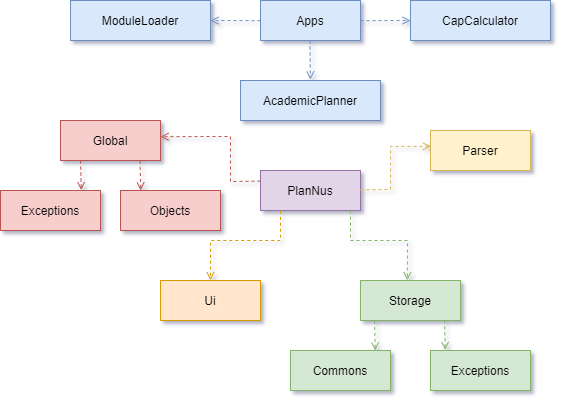
Above: docs/images/DeveloperGuide/Details_architecture.png in vanessa-kang/tp (draw.io), before the change. Source tidied: cells renumbered, new cells last; positions are measured from the earlier drawing's top-left corner, leaving out a move shared by most shapes. The source it was exported from:
```xml
<mxGraphModel shadow="1">
  <root>
    <mxCell id="0" />
    <mxCell id="1" parent="0" />
    <mxCell id="2" value="PlanNus" style="shape=umlLifeline;perimeter=lifelinePerimeter;rounded=0;shadow=0;strokeWidth=1;fillColor=#e1d5e7;strokeColor=#9673a6;" parent="1" vertex="1">
      <mxGeometry x="260" y="170" width="100" height="40" as="geometry" />
    </mxCell>
    <mxCell id="3" value="Ui" style="shape=umlLifeline;perimeter=lifelinePerimeter;rounded=0;shadow=0;strokeWidth=1;fillColor=#ffe6cc;strokeColor=#d79b00;" parent="1" vertex="1">
      <mxGeometry x="160" y="280" width="100" height="40" as="geometry" />
    </mxCell>
    <mxCell id="4" value="Global" style="shape=umlLifeline;perimeter=lifelinePerimeter;rounded=0;shadow=0;strokeWidth=1;fillColor=#f8cecc;strokeColor=#b85450;" parent="1" vertex="1">
      <mxGeometry x="60" y="120" width="100" height="40" as="geometry" />
    </mxCell>
    <mxCell id="5" value="Parser" style="shape=umlLifeline;perimeter=lifelinePerimeter;rounded=0;shadow=0;strokeWidth=1;fillColor=#fff2cc;strokeColor=#d6b656;" parent="1" vertex="1">
      <mxGeometry x="430" y="130" width="100" height="40" as="geometry" />
    </mxCell>
    <mxCell id="6" value="Storage" style="shape=umlLifeline;perimeter=lifelinePerimeter;rounded=0;shadow=0;strokeWidth=1;fillColor=#d5e8d4;strokeColor=#82b366;" parent="1" vertex="1">
      <mxGeometry x="360" y="280" width="100" height="40" as="geometry" />
    </mxCell>
    <mxCell id="7" style="endArrow=open;html=1;entryX=1;entryY=0.405;entryDx=0;entryDy=0;entryPerimeter=0;fillColor=#f8cecc;strokeColor=#b85450;dashed=1;endFill=0;rounded=0;exitX=0;exitY=0.265;exitDx=0;exitDy=0;exitPerimeter=0;" parent="1" edge="1" source="2" target="4">
      <mxGeometry relative="1" as="geometry">
        <Array as="points">
          <mxPoint x="230" y="181" />
          <mxPoint x="230" y="136" />
        </Array>
      </mxGeometry>
    </mxCell>
    <mxCell id="8" style="endArrow=open;html=1;exitX=0.2;exitY=1.005;exitDx=0;exitDy=0;exitPerimeter=0;entryX=0.5;entryY=-0.005;entryDx=0;entryDy=0;entryPerimeter=0;fillColor=#ffe6cc;strokeColor=#d79b00;dashed=1;endFill=0;rounded=0;" parent="1" edge="1" source="2" target="3">
      <mxGeometry relative="1" as="geometry">
        <Array as="points">
          <mxPoint x="280" y="240" />
          <mxPoint x="210" y="240" />
        </Array>
      </mxGeometry>
    </mxCell>
    <mxCell id="9" style="endArrow=open;html=1;entryX=0.004;entryY=0.395;entryDx=0;entryDy=0;entryPerimeter=0;fillColor=#fff2cc;strokeColor=#d6b656;dashed=1;endFill=0;rounded=0;exitX=1;exitY=0.485;exitDx=0;exitDy=0;exitPerimeter=0;" parent="1" edge="1" source="2" target="5">
      <mxGeometry relative="1" as="geometry">
        <Array as="points">
          <mxPoint x="390" y="189" />
          <mxPoint x="390" y="146" />
        </Array>
      </mxGeometry>
    </mxCell>
    <mxCell id="10" style="endArrow=open;html=1;entryX=0.468;entryY=-0.005;entryDx=0;entryDy=0;entryPerimeter=0;fillColor=#d5e8d4;strokeColor=#82b366;dashed=1;endFill=0;rounded=0;exitX=0.9;exitY=1;exitDx=0;exitDy=0;exitPerimeter=0;" parent="1" edge="1" source="2" target="6">
      <mxGeometry relative="1" as="geometry">
        <Array as="points">
          <mxPoint x="350" y="240" />
          <mxPoint x="407" y="240" />
        </Array>
      </mxGeometry>
    </mxCell>
    <mxCell id="11" value="Apps" style="shape=umlLifeline;perimeter=lifelinePerimeter;rounded=0;shadow=0;strokeWidth=1;fillColor=#dae8fc;strokeColor=#6c8ebf;" parent="1" vertex="1">
      <mxGeometry x="260" width="100" height="40" as="geometry" />
    </mxCell>
    <mxCell id="12" style="endArrow=open;html=1;dashed=1;exitX=1;exitY=0.505;exitDx=0;exitDy=0;exitPerimeter=0;endFill=0;fillColor=#dae8fc;strokeColor=#6c8ebf;" parent="1" edge="1" source="11">
      <mxGeometry relative="1" as="geometry">
        <mxPoint x="410" y="20" as="targetPoint" />
      </mxGeometry>
    </mxCell>
    <mxCell id="13" style="endArrow=open;html=1;dashed=1;exitX=0;exitY=0.505;exitDx=0;exitDy=0;exitPerimeter=0;endFill=0;fillColor=#dae8fc;strokeColor=#6c8ebf;" parent="1" edge="1" source="11">
      <mxGeometry relative="1" as="geometry">
        <mxPoint x="210" y="20" as="targetPoint" />
      </mxGeometry>
    </mxCell>
    <mxCell id="14" style="endArrow=open;html=1;dashed=1;exitX=0.896;exitY=1.025;exitDx=0;exitDy=0;exitPerimeter=0;endFill=0;fillColor=#dae8fc;strokeColor=#6c8ebf;" parent="1" edge="1">
      <mxGeometry relative="1" as="geometry">
        <mxPoint x="309.5" y="40" as="sourcePoint" />
        <mxPoint x="309.9" y="79" as="targetPoint" />
      </mxGeometry>
    </mxCell>
    <mxCell id="15" value="AcademicPlanner" style="shape=umlLifeline;perimeter=lifelinePerimeter;rounded=0;shadow=0;strokeWidth=1;fillColor=#dae8fc;strokeColor=#6c8ebf;" parent="1" vertex="1">
      <mxGeometry x="240" y="80" width="140" height="40" as="geometry" />
    </mxCell>
    <mxCell id="16" value="CapCalculator" style="shape=umlLifeline;perimeter=lifelinePerimeter;rounded=0;shadow=0;strokeWidth=1;fillColor=#dae8fc;strokeColor=#6c8ebf;" parent="1" vertex="1">
      <mxGeometry x="410" width="140" height="40" as="geometry" />
    </mxCell>
    <mxCell id="17" value="ModuleLoader" style="shape=umlLifeline;perimeter=lifelinePerimeter;rounded=0;shadow=0;strokeWidth=1;fillColor=#dae8fc;strokeColor=#6c8ebf;" parent="1" vertex="1">
      <mxGeometry x="70" width="140" height="40" as="geometry" />
    </mxCell>
    <mxCell id="18" value="Commons" style="shape=umlLifeline;perimeter=lifelinePerimeter;rounded=0;shadow=0;strokeWidth=1;fillColor=#d5e8d4;strokeColor=#82b366;" parent="1" vertex="1">
      <mxGeometry x="290" y="350" width="100" height="40" as="geometry" />
    </mxCell>
    <mxCell id="19" value="Exceptions" style="shape=umlLifeline;perimeter=lifelinePerimeter;rounded=0;shadow=0;strokeWidth=1;fillColor=#d5e8d4;strokeColor=#82b366;" parent="1" vertex="1">
      <mxGeometry x="430" y="350" width="100" height="40" as="geometry" />
    </mxCell>
    <mxCell id="20" style="endArrow=open;html=1;dashed=1;exitX=0.84;exitY=0.995;exitDx=0;exitDy=0;exitPerimeter=0;entryX=0.148;entryY=-0.015;entryDx=0;entryDy=0;entryPerimeter=0;fillColor=#d5e8d4;strokeColor=#82b366;endFill=0;" parent="1" edge="1" source="6" target="19">
      <mxGeometry relative="1" as="geometry" />
    </mxCell>
    <mxCell id="21" style="endArrow=open;html=1;dashed=1;exitX=0.84;exitY=0.995;exitDx=0;exitDy=0;exitPerimeter=0;entryX=0.148;entryY=-0.015;entryDx=0;entryDy=0;entryPerimeter=0;fillColor=#d5e8d4;strokeColor=#82b366;endFill=0;" parent="1" edge="1">
      <mxGeometry relative="1" as="geometry">
        <mxPoint x="374" y="320.4" as="sourcePoint" />
        <mxPoint x="374.8" y="350" as="targetPoint" />
      </mxGeometry>
    </mxCell>
    <mxCell id="22" value="Exceptions" style="shape=umlLifeline;perimeter=lifelinePerimeter;rounded=0;shadow=0;strokeWidth=1;fillColor=#f8cecc;strokeColor=#b85450;" parent="1" vertex="1">
      <mxGeometry y="190" width="100" height="40" as="geometry" />
    </mxCell>
    <mxCell id="23" value="Objects" style="shape=umlLifeline;perimeter=lifelinePerimeter;rounded=0;shadow=0;strokeWidth=1;fillColor=#f8cecc;strokeColor=#b85450;" parent="1" vertex="1">
      <mxGeometry x="120" y="190" width="100" height="40" as="geometry" />
    </mxCell>
    <mxCell id="24" style="endArrow=open;html=1;dashed=1;exitX=0.84;exitY=0.995;exitDx=0;exitDy=0;exitPerimeter=0;entryX=0.148;entryY=-0.015;entryDx=0;entryDy=0;entryPerimeter=0;fillColor=#f8cecc;strokeColor=#b85450;endFill=0;" parent="1" edge="1">
      <mxGeometry relative="1" as="geometry">
        <mxPoint x="80" y="160" as="sourcePoint" />
        <mxPoint x="80.8" y="189.6" as="targetPoint" />
      </mxGeometry>
    </mxCell>
    <mxCell id="25" style="endArrow=open;html=1;dashed=1;exitX=0.84;exitY=0.995;exitDx=0;exitDy=0;exitPerimeter=0;entryX=0.148;entryY=-0.015;entryDx=0;entryDy=0;entryPerimeter=0;fillColor=#f8cecc;strokeColor=#b85450;endFill=0;" parent="1" edge="1">
      <mxGeometry relative="1" as="geometry">
        <mxPoint x="139.5" y="160.4" as="sourcePoint" />
        <mxPoint x="140.3" y="190" as="targetPoint" />
      </mxGeometry>
    </mxCell>
  </root>
</mxGraphModel>
```
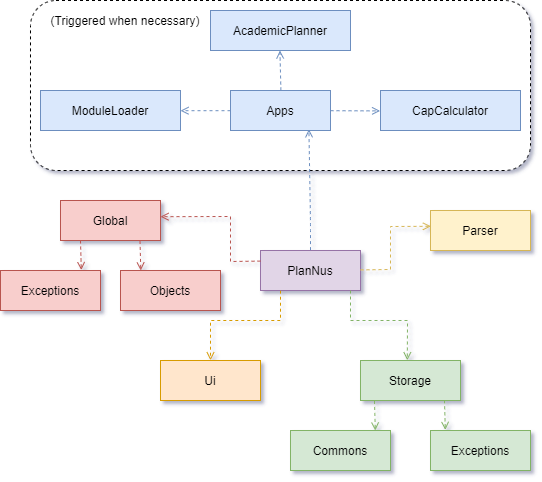
After the change.

The edit, as a diff of the source:
```diff
@@ -2,6 +2,9 @@
   <root>
     <mxCell id="0" />
     <mxCell id="1" parent="0" />
+    <mxCell id="26" style="rounded=1;whiteSpace=wrap;html=1;dashed=1;" parent="1" vertex="1">
+      <mxGeometry x="30" y="-80" width="500" height="170" as="geometry" />
+    </mxCell>
     <mxCell id="2" value="PlanNus" style="shape=umlLifeline;perimeter=lifelinePerimeter;rounded=0;shadow=0;strokeWidth=1;fillColor=#e1d5e7;strokeColor=#9673a6;" parent="1" vertex="1">
       <mxGeometry x="260" y="170" width="100" height="40" as="geometry" />
     </mxCell>
@@ -49,33 +52,20 @@
         </Array>
       </mxGeometry>
     </mxCell>
-    <mxCell id="11" value="Apps" style="shape=umlLifeline;perimeter=lifelinePerimeter;rounded=0;shadow=0;strokeWidth=1;fillColor=#dae8fc;strokeColor=#6c8ebf;" parent="1" vertex="1">
-      <mxGeometry x="260" width="100" height="40" as="geometry" />
-    </mxCell>
-    <mxCell id="12" style="endArrow=open;html=1;dashed=1;exitX=1;exitY=0.505;exitDx=0;exitDy=0;exitPerimeter=0;endFill=0;fillColor=#dae8fc;strokeColor=#6c8ebf;" parent="1" edge="1" source="11">
-      <mxGeometry relative="1" as="geometry">
-        <mxPoint x="410" y="20" as="targetPoint" />
-      </mxGeometry>
+    <mxCell id="12" style="endArrow=open;html=1;dashed=1;exitX=1;exitY=0.505;exitDx=0;exitDy=0;exitPerimeter=0;endFill=0;fillColor=#dae8fc;strokeColor=#6c8ebf;entryX=-0.003;entryY=0.51;entryDx=0;entryDy=0;entryPerimeter=0;" parent="1" edge="1" source="11" target="16">
+      <mxGeometry relative="1" as="geometry" />
     </mxCell>
-    <mxCell id="13" style="endArrow=open;html=1;dashed=1;exitX=0;exitY=0.505;exitDx=0;exitDy=0;exitPerimeter=0;endFill=0;fillColor=#dae8fc;strokeColor=#6c8ebf;" parent="1" edge="1" source="11">
-      <mxGeometry relative="1" as="geometry">
-        <mxPoint x="210" y="20" as="targetPoint" />
-      </mxGeometry>
+    <mxCell id="13" style="endArrow=open;html=1;dashed=1;exitX=0;exitY=0.505;exitDx=0;exitDy=0;exitPerimeter=0;endFill=0;fillColor=#dae8fc;strokeColor=#6c8ebf;entryX=1;entryY=0.505;entryDx=0;entryDy=0;entryPerimeter=0;" parent="1" edge="1" source="11" target="17">
+      <mxGeometry relative="1" as="geometry" />
     </mxCell>
-    <mxCell id="14" style="endArrow=open;html=1;dashed=1;exitX=0.896;exitY=1.025;exitDx=0;exitDy=0;exitPerimeter=0;endFill=0;fillColor=#dae8fc;strokeColor=#6c8ebf;" parent="1" edge="1">
-      <mxGeometry relative="1" as="geometry">
-        <mxPoint x="309.5" y="40" as="sourcePoint" />
-        <mxPoint x="309.9" y="79" as="targetPoint" />
-      </mxGeometry>
-    </mxCell>
     <mxCell id="15" value="AcademicPlanner" style="shape=umlLifeline;perimeter=lifelinePerimeter;rounded=0;shadow=0;strokeWidth=1;fillColor=#dae8fc;strokeColor=#6c8ebf;" parent="1" vertex="1">
-      <mxGeometry x="240" y="80" width="140" height="40" as="geometry" />
+      <mxGeometry x="210" y="-70" width="140" height="40" as="geometry" />
     </mxCell>
     <mxCell id="16" value="CapCalculator" style="shape=umlLifeline;perimeter=lifelinePerimeter;rounded=0;shadow=0;strokeWidth=1;fillColor=#dae8fc;strokeColor=#6c8ebf;" parent="1" vertex="1">
-      <mxGeometry x="410" width="140" height="40" as="geometry" />
+      <mxGeometry x="380" y="10" width="140" height="40" as="geometry" />
     </mxCell>
     <mxCell id="17" value="ModuleLoader" style="shape=umlLifeline;perimeter=lifelinePerimeter;rounded=0;shadow=0;strokeWidth=1;fillColor=#dae8fc;strokeColor=#6c8ebf;" parent="1" vertex="1">
-      <mxGeometry x="70" width="140" height="40" as="geometry" />
+      <mxGeometry x="40" y="10" width="140" height="40" as="geometry" />
     </mxCell>
     <mxCell id="18" value="Commons" style="shape=umlLifeline;perimeter=lifelinePerimeter;rounded=0;shadow=0;strokeWidth=1;fillColor=#d5e8d4;strokeColor=#82b366;" parent="1" vertex="1">
       <mxGeometry x="290" y="350" width="100" height="40" as="geometry" />
@@ -110,5 +100,21 @@
         <mxPoint x="140.3" y="190" as="targetPoint" />
       </mxGeometry>
     </mxCell>
+    <mxCell id="27" value="(Triggered when necessary)" style="text;html=1;strokeColor=none;fillColor=none;align=center;verticalAlign=middle;whiteSpace=wrap;rounded=0;dashed=1;" parent="1" vertex="1">
+      <mxGeometry x="40" y="-70" width="170" height="20" as="geometry" />
+    </mxCell>
+    <mxCell id="11" value="Apps" style="shape=umlLifeline;perimeter=lifelinePerimeter;rounded=0;shadow=0;strokeWidth=1;fillColor=#dae8fc;strokeColor=#6c8ebf;" parent="1" vertex="1">
+      <mxGeometry x="230" y="10" width="100" height="40" as="geometry" />
+    </mxCell>
+    <mxCell id="28" style="endArrow=open;html=1;dashed=1;endFill=0;fillColor=#dae8fc;strokeColor=#6c8ebf;entryX=0.496;entryY=1;entryDx=0;entryDy=0;entryPerimeter=0;exitX=0.504;exitY=0;exitDx=0;exitDy=0;exitPerimeter=0;" parent="1" edge="1" source="11" target="15">
+      <mxGeometry relative="1" as="geometry" />
+    </mxCell>
+    <mxCell id="29" style="endArrow=open;html=1;exitX=0.5;exitY=-0.01;exitDx=0;exitDy=0;exitPerimeter=0;entryX=0.784;entryY=0.97;entryDx=0;entryDy=0;entryPerimeter=0;fillColor=#dae8fc;strokeColor=#6c8ebf;dashed=1;endFill=0;" parent="1" edge="1" source="2" target="11">
+      <mxGeometry relative="1" as="geometry">
+        <Array as="points">
+          <mxPoint x="310" y="140" />
+        </Array>
+      </mxGeometry>
+    </mxCell>
   </root>
 </mxGraphModel>
```
